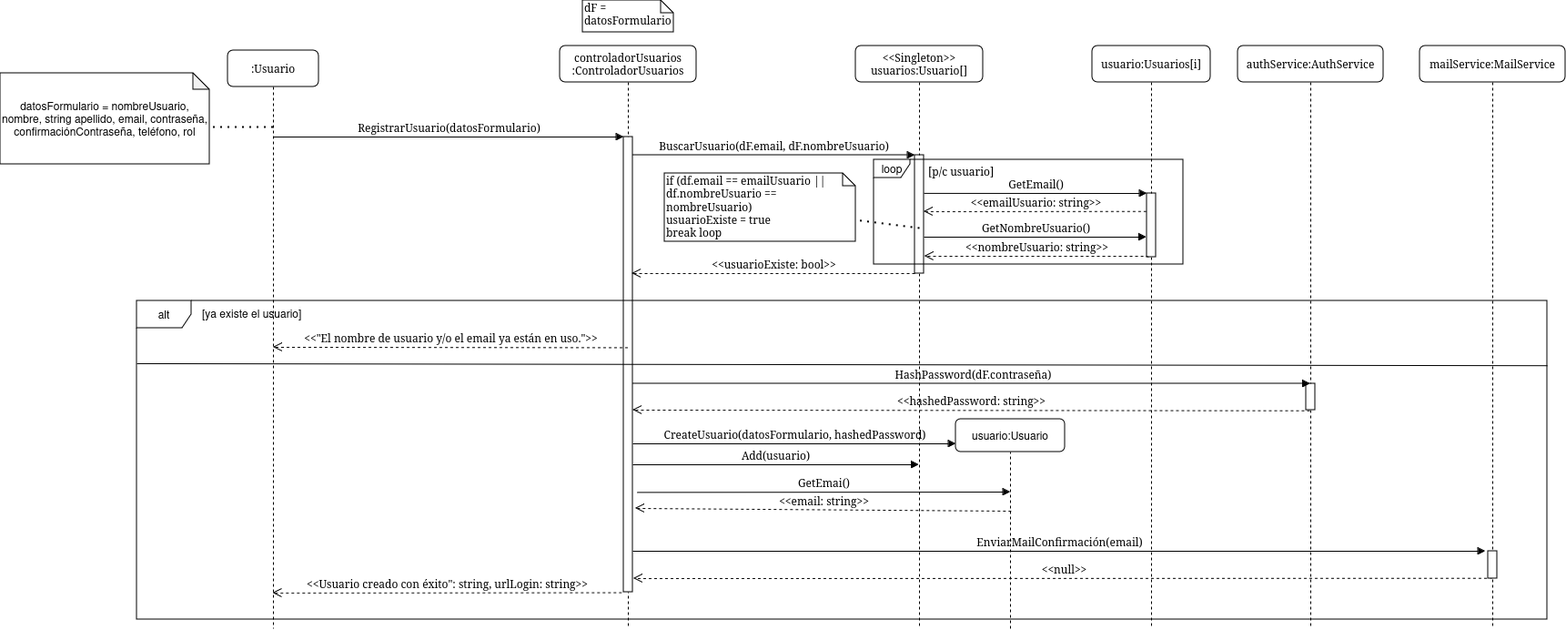
Above: Documentacion/Diagramas_de_secuencia/Registro_usuario/Diagrama_Secuencia_Diseño.png in sfonzo96/practica-profesionalizante-1 (draw.io), before the change. Source tidied: cells renumbered, new cells last; positions are measured from the earlier drawing's top-left corner, leaving out a move shared by most shapes.
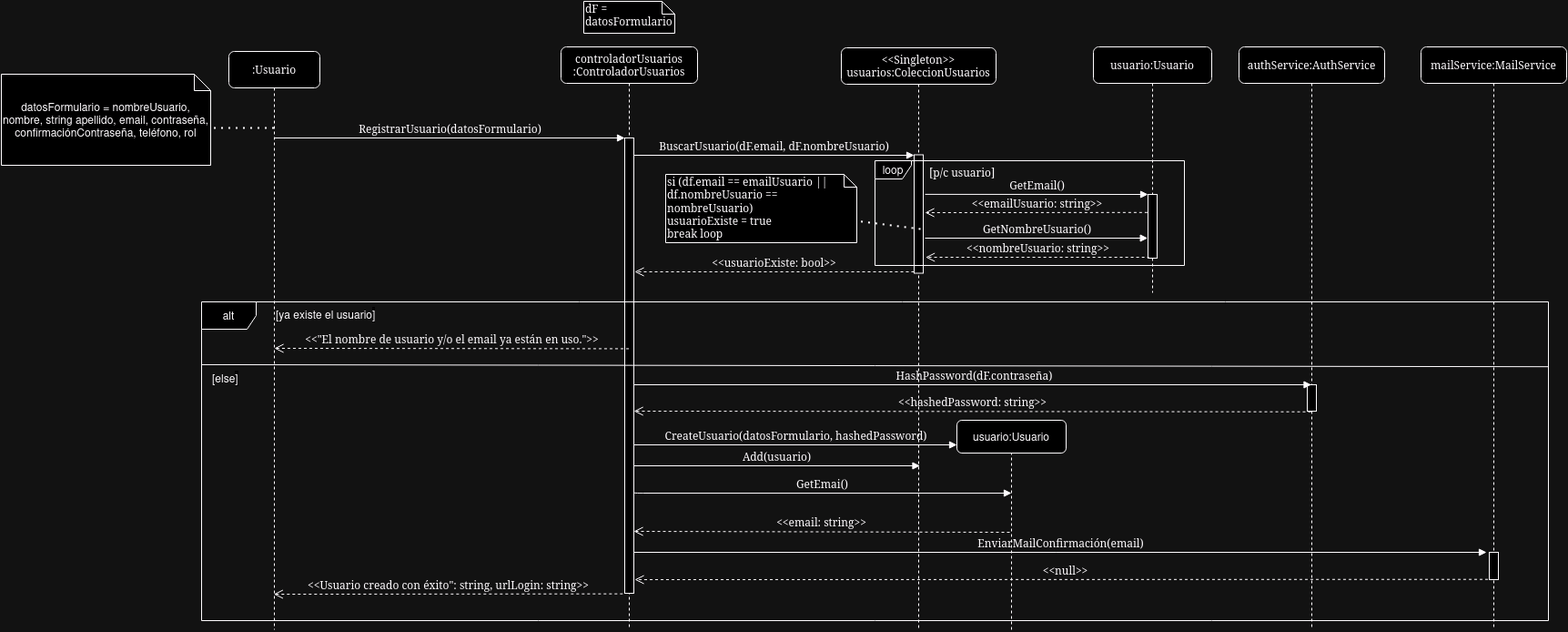
After the commit.

Change to the diagram source:
```diff
@@ -8,14 +8,14 @@
     <mxCell id="3" style="html=1;points=[];perimeter=orthogonalPerimeter;rounded=0;shadow=0;comic=0;labelBackgroundColor=none;strokeWidth=1;fontFamily=Verdana;fontSize=12;align=center;" parent="2" vertex="1">
       <mxGeometry x="70" y="100" width="10" height="500" as="geometry" />
     </mxCell>
-    <mxCell id="4" value="&amp;lt;&amp;lt;Singleton&amp;gt;&amp;gt; usuarios:Usuario[]" style="shape=umlLifeline;perimeter=lifelinePerimeter;whiteSpace=wrap;html=1;rounded=1;shadow=0;comic=0;labelBackgroundColor=none;strokeWidth=1;fontFamily=Verdana;fontSize=12;align=center;" parent="1" vertex="1">
-      <mxGeometry x="940" y="50" width="140" height="640" as="geometry" />
+    <mxCell id="4" value="&amp;lt;&amp;lt;Singleton&amp;gt;&amp;gt; usuarios:ColeccionUsuarios" style="shape=umlLifeline;perimeter=lifelinePerimeter;whiteSpace=wrap;html=1;rounded=1;shadow=0;comic=0;labelBackgroundColor=none;strokeWidth=1;fontFamily=Verdana;fontSize=12;align=center;" parent="1" vertex="1">
+      <mxGeometry x="923" y="51" width="170" height="639" as="geometry" />
     </mxCell>
     <mxCell id="5" style="html=1;points=[];perimeter=orthogonalPerimeter;rounded=0;shadow=0;comic=0;labelBackgroundColor=none;strokeWidth=1;fontFamily=Verdana;fontSize=12;align=center;" parent="4" vertex="1">
-      <mxGeometry x="65" y="120" width="10" height="130" as="geometry" />
+      <mxGeometry x="80" y="117.5" width="10" height="130" as="geometry" />
     </mxCell>
-    <mxCell id="6" value="usuario:Usuarios[i]" style="shape=umlLifeline;perimeter=lifelinePerimeter;whiteSpace=wrap;html=1;rounded=1;shadow=0;comic=0;labelBackgroundColor=none;strokeWidth=1;fontFamily=Verdana;fontSize=12;align=center;" parent="1" vertex="1">
-      <mxGeometry x="1200" y="50" width="130" height="640" as="geometry" />
+    <mxCell id="6" value="usuario:Usuario" style="shape=umlLifeline;perimeter=lifelinePerimeter;whiteSpace=wrap;html=1;rounded=1;shadow=0;comic=0;labelBackgroundColor=none;strokeWidth=1;fontFamily=Verdana;fontSize=12;align=center;" parent="1" vertex="1">
+      <mxGeometry x="1200" y="50" width="130" height="270" as="geometry" />
     </mxCell>
     <mxCell id="7" style="html=1;points=[];perimeter=orthogonalPerimeter;rounded=0;shadow=0;comic=0;labelBackgroundColor=none;strokeWidth=1;fontFamily=Verdana;fontSize=12;align=center;" parent="6" vertex="1">
       <mxGeometry x="60" y="162" width="10" height="70" as="geometry" />
@@ -57,7 +57,7 @@
         <mxPoint x="1010" y="250" as="sourcePoint" />
       </mxGeometry>
     </mxCell>
-    <mxCell id="17" value="if (df.email == emailUsuario || df.nombreUsuario == nombreUsuario)&lt;div&gt;usuarioExiste = true&lt;/div&gt;&lt;div&gt;break loop&lt;/div&gt;" style="shape=note;whiteSpace=wrap;html=1;size=14;verticalAlign=top;align=left;spacingTop=-6;rounded=0;shadow=0;comic=0;labelBackgroundColor=none;strokeWidth=1;fontFamily=Verdana;fontSize=12;" parent="1" vertex="1">
+    <mxCell id="17" value="si (df.email == emailUsuario || df.nombreUsuario == nombreUsuario)&lt;div&gt;usuarioExiste = true&lt;/div&gt;&lt;div&gt;break loop&lt;/div&gt;" style="shape=note;whiteSpace=wrap;html=1;size=14;verticalAlign=top;align=left;spacingTop=-6;rounded=0;shadow=0;comic=0;labelBackgroundColor=none;strokeWidth=1;fontFamily=Verdana;fontSize=12;" parent="1" vertex="1">
       <mxGeometry x="730" y="190" width="210" height="75" as="geometry" />
     </mxCell>
     <mxCell id="18" value="loop" style="shape=umlFrame;whiteSpace=wrap;html=1;width=40;height=20;" parent="1" vertex="1">
@@ -103,7 +103,7 @@
       <mxGeometry x="1050" y="460" width="120" height="36" as="geometry" />
     </mxCell>
     <mxCell id="26" value="alt" style="shape=umlFrame;whiteSpace=wrap;html=1;width=60;height=30;" parent="1" vertex="1">
-      <mxGeometry x="150" y="330" width="1550" height="350" as="geometry" />
+      <mxGeometry x="220" y="330" width="1480" height="350" as="geometry" />
     </mxCell>
     <mxCell id="27" value="authService:AuthService" style="shape=umlLifeline;perimeter=lifelinePerimeter;whiteSpace=wrap;html=1;outlineConnect=0;rounded=1;shadow=0;comic=0;labelBackgroundColor=none;strokeWidth=1;fontFamily=Verdana;fontSize=12;align=center;" parent="1" vertex="1">
       <mxGeometry x="1360" y="50" width="160" height="640" as="geometry" />
@@ -116,9 +116,9 @@
         <mxPoint x="695" y="605" as="sourcePoint" />
       </mxGeometry>
     </mxCell>
-    <mxCell id="30" value="&amp;lt;&amp;lt;usuarioExiste: bool&amp;gt;&amp;gt;" style="html=1;verticalAlign=bottom;endArrow=open;dashed=1;endSize=8;labelBackgroundColor=none;fontFamily=Verdana;fontSize=12;edgeStyle=elbowEdgeStyle;elbow=vertical;entryX=1.061;entryY=0.689;entryDx=0;entryDy=0;entryPerimeter=0;" parent="1" edge="1" source="5">
+    <mxCell id="30" value="&amp;lt;&amp;lt;usuarioExiste: bool&amp;gt;&amp;gt;" style="html=1;verticalAlign=bottom;endArrow=open;dashed=1;endSize=8;labelBackgroundColor=none;fontFamily=Verdana;fontSize=12;" parent="1" edge="1" source="5">
       <mxGeometry relative="1" as="geometry">
-        <mxPoint x="694.2" y="300" as="targetPoint" />
+        <mxPoint x="696" y="297" as="targetPoint" />
       </mxGeometry>
     </mxCell>
     <mxCell id="31" value="Add(usuario)" style="html=1;verticalAlign=bottom;endArrow=block;labelBackgroundColor=none;fontFamily=Verdana;fontSize=12;edgeStyle=elbowEdgeStyle;elbow=vertical;" parent="1" edge="1">
@@ -148,7 +148,7 @@
       <mxGeometry x="1018" y="174" width="90" height="30" as="geometry" />
     </mxCell>
     <mxCell id="37" value="[ya existe el usuario&lt;span style=&quot;color: rgb(0, 0, 0); font-family: Helvetica; font-size: 12px; font-style: normal; font-variant-ligatures: normal; font-variant-caps: normal; font-weight: 400; letter-spacing: normal; orphans: 2; text-align: center; text-indent: 0px; text-transform: none; widows: 2; word-spacing: 0px; -webkit-text-stroke-width: 0px; white-space: normal; background-color: rgb(251, 251, 251); text-decoration-thickness: initial; text-decoration-style: initial; text-decoration-color: initial; display: inline !important; float: none;&quot;&gt;]&lt;/span&gt;" style="text;whiteSpace=wrap;html=1;" parent="1" vertex="1">
-      <mxGeometry x="220" y="330" width="140" height="40" as="geometry" />
+      <mxGeometry x="300" y="330" width="140" height="40" as="geometry" />
     </mxCell>
     <mxCell id="38" style="endArrow=none;dashed=1;html=1;rounded=0;entryX=0.5;entryY=1;entryDx=0;entryDy=0;" parent="1" edge="1" target="25">
       <mxGeometry relative="1" as="geometry">
@@ -160,15 +160,18 @@
     </mxCell>
     <mxCell id="40" value="GetEmai()" style="html=1;verticalAlign=bottom;endArrow=block;labelBackgroundColor=none;fontFamily=Verdana;fontSize=12;edgeStyle=elbowEdgeStyle;elbow=vertical;" parent="1" edge="1">
       <mxGeometry relative="1" as="geometry">
-        <mxPoint x="700" y="540.4" as="sourcePoint" />
+        <mxPoint x="695" y="539" as="sourcePoint" />
         <mxPoint x="1110" y="540" as="targetPoint" />
       </mxGeometry>
     </mxCell>
-    <mxCell id="41" value="&amp;lt;&amp;lt;email: string&amp;gt;&amp;gt;" style="html=1;verticalAlign=bottom;endArrow=open;dashed=1;endSize=8;labelBackgroundColor=none;fontFamily=Verdana;fontSize=12;entryX=1.3;entryY=0.814;entryDx=0;entryDy=0;entryPerimeter=0;" parent="1" edge="1">
+    <mxCell id="41" value="&amp;lt;&amp;lt;email: string&amp;gt;&amp;gt;" style="html=1;verticalAlign=bottom;endArrow=open;dashed=1;endSize=8;labelBackgroundColor=none;fontFamily=Verdana;fontSize=12;" parent="1" edge="1">
       <mxGeometry relative="1" as="geometry">
-        <mxPoint x="1110.8" y="561" as="sourcePoint" />
-        <mxPoint x="698" y="558" as="targetPoint" />
+        <mxPoint x="1108" y="583" as="sourcePoint" />
+        <mxPoint x="695" y="582" as="targetPoint" />
       </mxGeometry>
     </mxCell>
+    <mxCell id="42" value="[else&lt;span style=&quot;color: rgb(0, 0, 0); font-family: Helvetica; font-size: 12px; font-style: normal; font-variant-ligatures: normal; font-variant-caps: normal; font-weight: 400; letter-spacing: normal; orphans: 2; text-align: center; text-indent: 0px; text-transform: none; widows: 2; word-spacing: 0px; -webkit-text-stroke-width: 0px; white-space: normal; background-color: rgb(251, 251, 251); text-decoration-thickness: initial; text-decoration-style: initial; text-decoration-color: initial; display: inline !important; float: none;&quot;&gt;]&lt;/span&gt;" style="text;whiteSpace=wrap;html=1;" parent="1" vertex="1">
+      <mxGeometry x="230" y="400" width="40" height="30" as="geometry" />
+    </mxCell>
   </root>
 </mxGraphModel>
```
